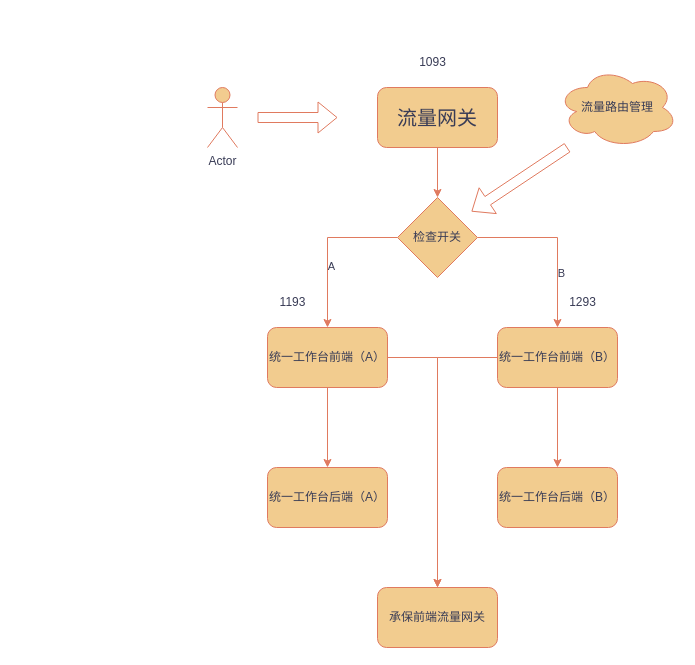
Above: image/统一路由开关示意图.drawio in java-zengguang/images (draw.io), before the change. Source tidied: cells renumbered, new cells numbered last; positions are measured from the earlier drawing's top-left corner, leaving out a move shared by most shapes. Both pictures are drawn from the tidied source at 100%, with x=0, y=0 at pixel (207, 47).
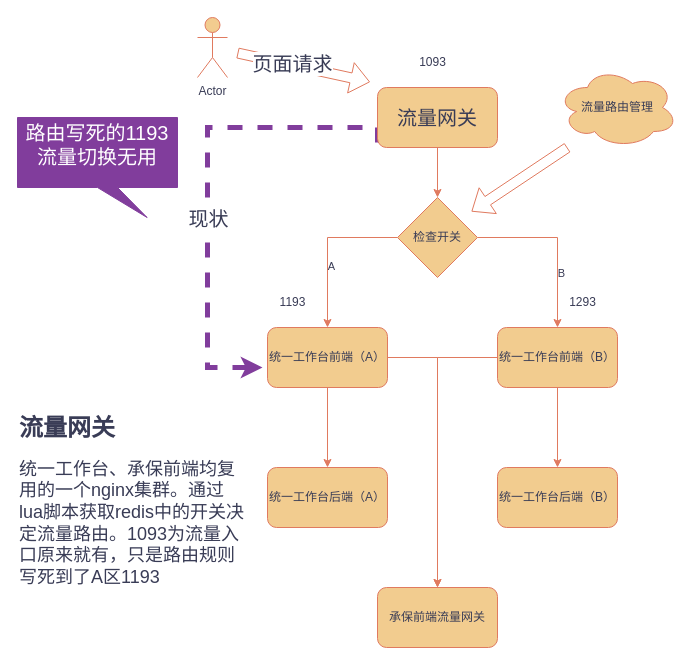
After the change.

Commit message (it also covers changes not shown here):
更新统一路由开关示意图.drawio

Change to the diagram source:
```diff
@@
+    <mxCell id="25" style="edgeStyle=orthogonalEdgeStyle;rounded=0;orthogonalLoop=1;jettySize=auto;html=1;entryX=0;entryY=0.5;entryDx=0;entryDy=0;strokeColor=#813d9c;fontColor=#393C56;fillColor=#F2CC8F;dashed=1;strokeWidth=5;exitX=0;exitY=0.75;exitDx=0;exitDy=0;" parent="1" edge="1">
+      <mxGeometry relative="1" as="geometry">
+        <mxPoint x="170" y="95" as="sourcePoint" />
+        <mxPoint x="55" y="320" as="targetPoint" />
+        <Array as="points">
+          <mxPoint x="170" y="80" />
+          <mxPoint y="80" />
+          <mxPoint y="320" />
+        </Array>
+      </mxGeometry>
+    </mxCell>
+    <mxCell id="26" value="&lt;font style=&quot;font-size: 20px;&quot;&gt;现状&lt;/font&gt;" style="edgeLabel;html=1;align=center;verticalAlign=middle;strokeColor=#E07A5F;fontColor=#393C56;fillColor=#F2CC8F;" parent="25" vertex="1">
+      <mxGeometry x="-0.2" y="3" relative="1" as="geometry">
+        <mxPoint x="-3" y="83" as="offset" />
+      </mxGeometry>
+    </mxCell>
     <mxCell id="2" value="Actor" style="shape=umlActor;verticalLabelPosition=bottom;verticalAlign=top;html=1;labelBackgroundColor=none;fillColor=#F2CC8F;strokeColor=#E07A5F;fontColor=#393C56;" parent="1" vertex="1">
-      <mxGeometry y="40" width="30" height="60" as="geometry" />
+      <mxGeometry x="-10" y="-30" width="30" height="60" as="geometry" />
     </mxCell>
@@
-    <mxCell id="5" style="shape=flexArrow;endArrow=classic;html=1;rounded=0;labelBackgroundColor=none;strokeColor=#E07A5F;fontColor=default;" parent="1" edge="1">
+    <mxCell id="5" style="shape=flexArrow;endArrow=classic;html=1;rounded=0;labelBackgroundColor=none;strokeColor=#E07A5F;fontColor=default;exitX=0.75;exitY=0.1;exitDx=0;exitDy=0;exitPerimeter=0;" parent="1" edge="1">
       <mxGeometry relative="1" as="geometry">
-        <mxPoint x="50" y="70" as="sourcePoint" />
-        <mxPoint x="130" y="70" as="targetPoint" />
+        <mxPoint x="30" y="5.5" as="sourcePoint" />
+        <mxPoint x="162.5" y="34.5" as="targetPoint" />
       </mxGeometry>
     </mxCell>
+    <mxCell id="27" value="&lt;font style=&quot;font-size: 20px;&quot;&gt;页面请求&lt;br&gt;&lt;/font&gt;" style="edgeLabel;html=1;align=center;verticalAlign=middle;strokeColor=#E07A5F;fontColor=#393C56;fillColor=#F2CC8F;" parent="5" vertex="1">
+      <mxGeometry x="-0.32" y="4" relative="1" as="geometry">
+        <mxPoint x="9" y="4" as="offset" />
+      </mxGeometry>
+    </mxCell>
@@
+    <mxCell id="28" value="&lt;div&gt;&lt;font style=&quot;font-size: 20px;&quot; color=&quot;#ffffff&quot;&gt;路由写死的1193流量切换无用&lt;/font&gt;&lt;/div&gt;&lt;div&gt;&lt;br/&gt;&lt;/div&gt;" style="shape=callout;whiteSpace=wrap;html=1;perimeter=calloutPerimeter;strokeColor=#813d9c;fontColor=#393C56;fillColor=#813d9c;position2=0.81;" parent="1" vertex="1">
+      <mxGeometry x="-190" y="70" width="160" height="100" as="geometry" />
+    </mxCell>
+    <mxCell id="29" value="&lt;h1 style=&quot;margin-top: 0px;&quot;&gt;流量网关&lt;/h1&gt;&lt;div style=&quot;font-size: 18px;&quot;&gt;&lt;font style=&quot;font-size: 18px;&quot;&gt;统一工作台、承保前端均复用的一个nginx集群。通过lua脚本获取redis中的开关决定流量路由。1093为流量入口原来就有，只是路由规则写死到了A区1193&lt;/font&gt;&lt;br&gt;&lt;/div&gt;" style="text;html=1;whiteSpace=wrap;overflow=hidden;rounded=0;fontColor=#393C56;" parent="1" vertex="1">
+      <mxGeometry x="-190" y="360" width="230" height="180" as="geometry" />
+    </mxCell>
```
